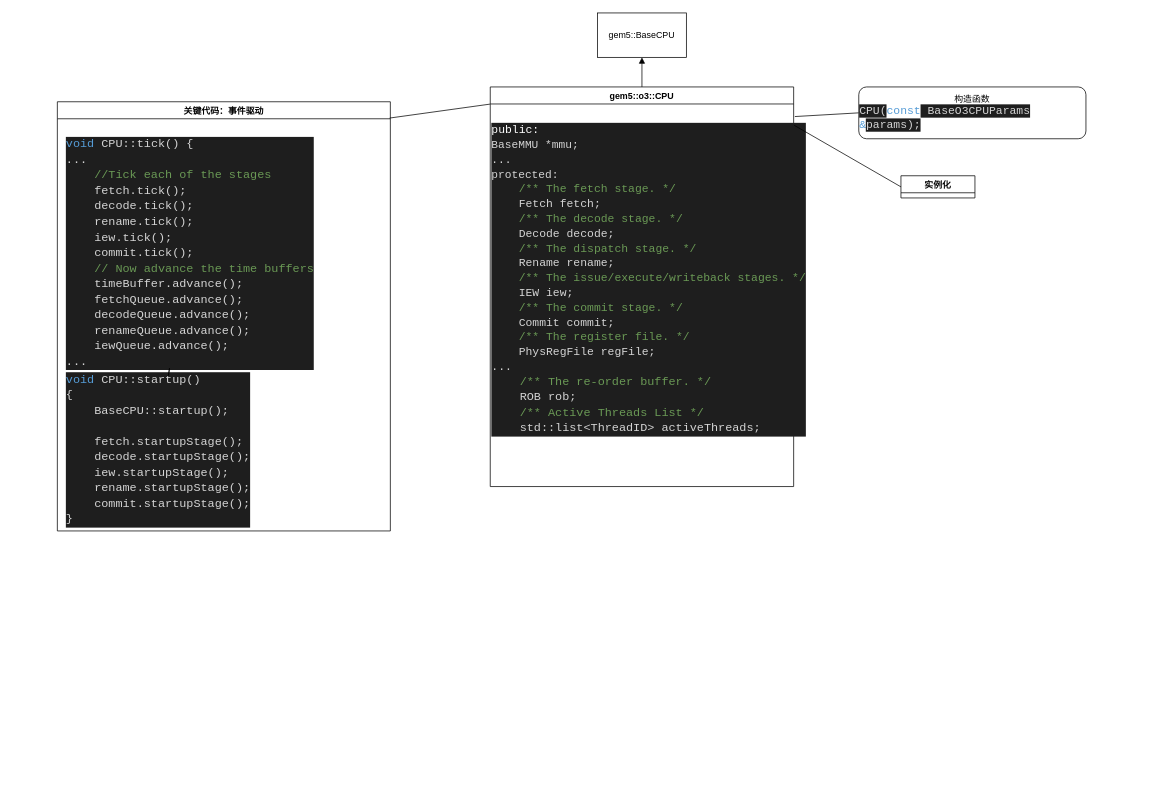
matchchen/gem5 keeps this draw.io diagram as page "O3CPU" (2 of 4) of learningNote/note.drawio. Above is the earlier version. Source tidied: cells renumbered, new cells numbered last; positions are measured from the earlier drawing's top-left corner, leaving out a move shared by most shapes. Both pictures are drawn from the tidied source at 74%, with x=0, y=0 at pixel (57, 13).
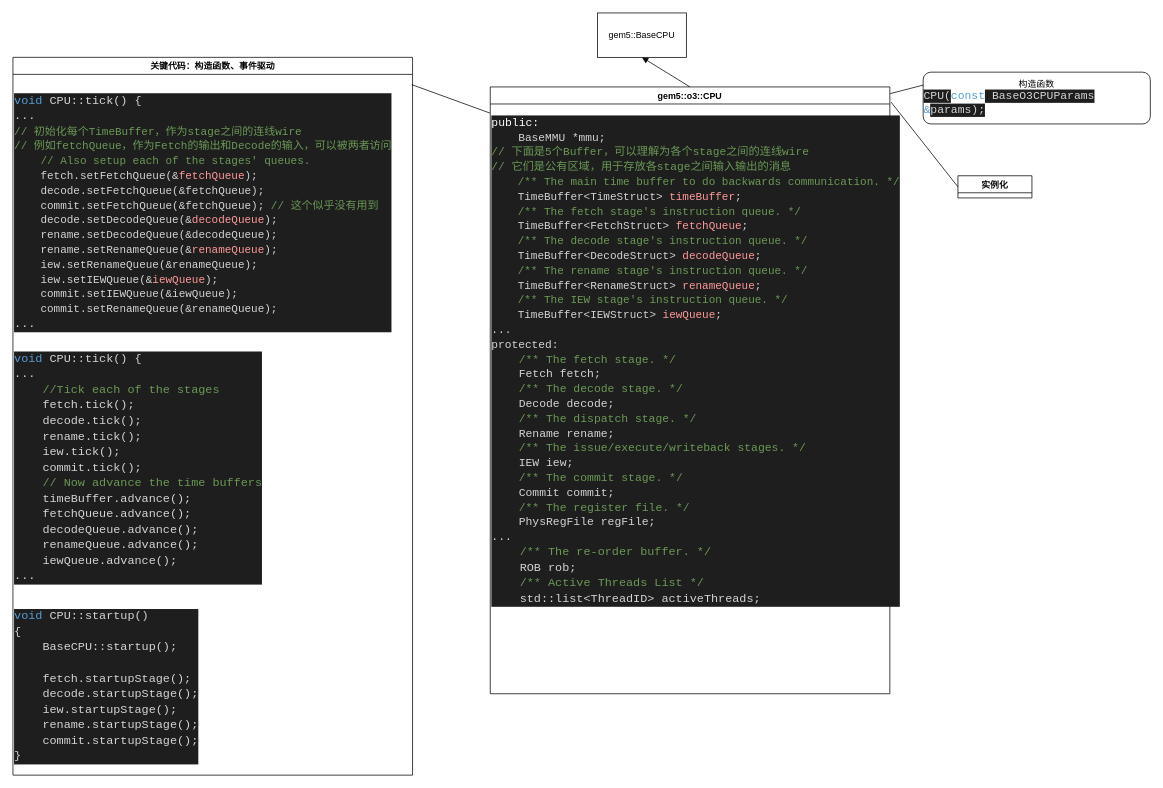
After the change.

The edit, as a diff of the source:
```diff
@@
 <mxGraphModel>
   <root>
     <mxCell id="0" />
     <mxCell id="1" parent="0" />
     <mxCell id="2" style="edgeStyle=none;html=1;exitX=0.5;exitY=0;exitDx=0;exitDy=0;entryX=0.5;entryY=1;entryDx=0;entryDy=0;endArrow=block;endFill=1;" parent="1" edge="1" source="6" target="4">
       <mxGeometry relative="1" as="geometry" />
     </mxCell>
-    <mxCell id="3" style="edgeStyle=none;html=1;entryX=0;entryY=0.5;entryDx=0;entryDy=0;startArrow=none;startFill=0;endArrow=none;endFill=0;exitX=1.004;exitY=0;exitDx=0;exitDy=0;exitPerimeter=0;" parent="1" edge="1" source="7" target="5">
-      <mxGeometry relative="1" as="geometry" />
+    <mxCell id="3" style="edgeStyle=none;html=1;entryX=0;entryY=0.5;entryDx=0;entryDy=0;startArrow=none;startFill=0;endArrow=none;endFill=0;exitX=1.004;exitY=0;exitDx=0;exitDy=0;exitPerimeter=0;" parent="1" edge="1" target="5">
+      <mxGeometry relative="1" as="geometry">
+        <mxPoint x="1194.1" y="150" as="sourcePoint" />
+      </mxGeometry>
     </mxCell>
     <mxCell id="4" value="gem5::BaseCPU" style="rounded=0;whiteSpace=wrap;html=1;" parent="1" vertex="1">
       <mxGeometry x="730" width="120" height="60" as="geometry" />
     </mxCell>
     <mxCell id="5" value="构造函数&lt;br&gt;&lt;div style=&quot;text-align: left;&quot;&gt;&lt;span style=&quot;background-color: rgb(30, 30, 30); color: rgb(212, 212, 212); font-family: Consolas, &amp;quot;Courier New&amp;quot;, monospace; font-size: 15.4px;&quot;&gt;CPU(&lt;/span&gt;&lt;span style=&quot;background-color: initial; font-family: Consolas, &amp;quot;Courier New&amp;quot;, monospace; font-size: 15.4px; color: rgb(86, 156, 214);&quot;&gt;const&lt;/span&gt;&lt;span style=&quot;background-color: rgb(30, 30, 30); color: rgb(212, 212, 212); font-family: Consolas, &amp;quot;Courier New&amp;quot;, monospace; font-size: 15.4px;&quot;&gt; BaseO3CPUParams &lt;/span&gt;&lt;span style=&quot;background-color: initial; font-family: Consolas, &amp;quot;Courier New&amp;quot;, monospace; font-size: 15.4px; color: rgb(86, 156, 214);&quot;&gt;&amp;amp;&lt;/span&gt;&lt;span style=&quot;background-color: rgb(30, 30, 30); color: rgb(212, 212, 212); font-family: Consolas, &amp;quot;Courier New&amp;quot;, monospace; font-size: 15.4px;&quot;&gt;params);&lt;/span&gt;&lt;/div&gt;" style="rounded=1;whiteSpace=wrap;html=1;" parent="1" vertex="1">
-      <mxGeometry x="1083" y="100" width="307" height="70" as="geometry" />
+      <mxGeometry x="1170" y="80" width="307" height="70" as="geometry" />
     </mxCell>
     <mxCell id="6" value="gem5::o3::CPU" style="swimlane;startSize=23;" parent="1" vertex="1">
-      <mxGeometry x="585" y="100" width="410" height="540" as="geometry" />
+      <mxGeometry x="585" y="100" width="540" height="820" as="geometry" />
     </mxCell>
-    <mxCell id="7" value="&lt;div style=&quot;background-color: rgb(30, 30, 30); font-family: Consolas, &amp;quot;Courier New&amp;quot;, monospace; font-size: 15.4px; line-height: 20px;&quot;&gt;&lt;div style=&quot;&quot;&gt;&lt;span style=&quot;color: rgb(255, 255, 255);&quot;&gt;public:&lt;/span&gt;&lt;br&gt;&lt;/div&gt;&lt;div style=&quot;&quot;&gt;&lt;div style=&quot;color: rgb(212, 212, 212); font-size: 15.12px; line-height: 20px;&quot;&gt;BaseMMU *mmu;&lt;/div&gt;&lt;div style=&quot;color: rgb(212, 212, 212); font-size: 15.12px; line-height: 20px;&quot;&gt;...&lt;/div&gt;&lt;div style=&quot;color: rgb(212, 212, 212); font-size: 15.12px; line-height: 20px;&quot;&gt;protected:&lt;/div&gt;&lt;/div&gt;&lt;div style=&quot;color: rgb(212, 212, 212);&quot;&gt;&lt;span style=&quot;color: #6a9955;&quot;&gt;&amp;nbsp; &amp;nbsp; /** The fetch stage. */&lt;/span&gt;&lt;/div&gt;&lt;div style=&quot;color: rgb(212, 212, 212);&quot;&gt;&amp;nbsp; &amp;nbsp; Fetch fetch;&lt;/div&gt;&lt;div style=&quot;color: rgb(212, 212, 212);&quot;&gt;&lt;span style=&quot;color: #6a9955;&quot;&gt;&amp;nbsp; &amp;nbsp; /** The decode stage. */&lt;/span&gt;&lt;/div&gt;&lt;div style=&quot;color: rgb(212, 212, 212);&quot;&gt;&amp;nbsp; &amp;nbsp; Decode decode;&lt;/div&gt;&lt;div style=&quot;color: rgb(212, 212, 212);&quot;&gt;&lt;span style=&quot;color: #6a9955;&quot;&gt;&amp;nbsp; &amp;nbsp; /** The dispatch stage. */&lt;/span&gt;&lt;/div&gt;&lt;div style=&quot;color: rgb(212, 212, 212);&quot;&gt;&amp;nbsp; &amp;nbsp; Rename rename;&lt;/div&gt;&lt;div style=&quot;color: rgb(212, 212, 212);&quot;&gt;&lt;span style=&quot;color: #6a9955;&quot;&gt;&amp;nbsp; &amp;nbsp; /** The issue/execute/writeback stages. */&lt;/span&gt;&lt;/div&gt;&lt;div style=&quot;color: rgb(212, 212, 212);&quot;&gt;&amp;nbsp; &amp;nbsp; IEW iew;&lt;/div&gt;&lt;div style=&quot;color: rgb(212, 212, 212);&quot;&gt;&lt;span style=&quot;color: #6a9955;&quot;&gt;&amp;nbsp; &amp;nbsp; /** The commit stage. */&lt;/span&gt;&lt;/div&gt;&lt;div style=&quot;color: rgb(212, 212, 212);&quot;&gt;&amp;nbsp; &amp;nbsp; Commit commit;&lt;/div&gt;&lt;div style=&quot;color: rgb(212, 212, 212);&quot;&gt;&lt;span style=&quot;color: #6a9955;&quot;&gt;&amp;nbsp; &amp;nbsp; /** The register file. */&lt;/span&gt;&lt;/div&gt;&lt;div style=&quot;color: rgb(212, 212, 212);&quot;&gt;&amp;nbsp; &amp;nbsp; PhysRegFile regFile;&lt;/div&gt;&lt;div style=&quot;color: rgb(212, 212, 212);&quot;&gt;...&lt;/div&gt;&lt;div style=&quot;color: rgb(212, 212, 212);&quot;&gt;&lt;div style=&quot;font-size: 15.96px; line-height: 21px;&quot;&gt;&lt;div&gt;&lt;span style=&quot;color: #6a9955;&quot;&gt;&amp;nbsp; &amp;nbsp; /** The re-order buffer. */&lt;/span&gt;&lt;/div&gt;&lt;div&gt;&amp;nbsp; &amp;nbsp; ROB rob;&lt;/div&gt;&lt;div&gt;&lt;span style=&quot;color: #6a9955;&quot;&gt;&amp;nbsp; &amp;nbsp; /** Active Threads List */&lt;/span&gt;&lt;/div&gt;&lt;div&gt;&amp;nbsp; &amp;nbsp; std::list&amp;lt;ThreadID&amp;gt; activeThreads;&lt;/div&gt;&lt;/div&gt;&lt;/div&gt;&lt;/div&gt;" style="text;html=1;align=left;verticalAlign=middle;points=[];strokeColor=none;fillColor=none;" parent="6" vertex="1">
-      <mxGeometry y="40" width="410" height="440" as="geometry" />
+    <mxCell id="7" value="&lt;div style=&quot;background-color: rgb(30, 30, 30); font-family: Consolas, &amp;quot;Courier New&amp;quot;, monospace; font-size: 15.4px; line-height: 20px;&quot;&gt;&lt;div style=&quot;&quot;&gt;&lt;span style=&quot;color: rgb(255, 255, 255);&quot;&gt;public:&lt;/span&gt;&lt;br&gt;&lt;/div&gt;&lt;div style=&quot;&quot;&gt;&lt;div style=&quot;color: rgb(212, 212, 212); font-size: 15.12px; line-height: 20px;&quot;&gt;&amp;nbsp; &amp;nbsp; BaseMMU *mmu;&lt;/div&gt;&lt;div style=&quot;font-size: 15.12px; line-height: 20px;&quot;&gt;&lt;font color=&quot;#6a9955&quot;&gt;// 下面是5个Buffer，可以理解为各个stage之间的连线wire&lt;/font&gt;&lt;/div&gt;&lt;div style=&quot;font-size: 15.12px; line-height: 20px;&quot;&gt;&lt;font color=&quot;#6a9955&quot;&gt;// 它们是公有区域，用于&lt;/font&gt;&lt;span style=&quot;color: rgb(106, 153, 85);&quot;&gt;存放各stage之间输入输出的消息&lt;/span&gt;&lt;/div&gt;&lt;div style=&quot;font-size: 15.12px; line-height: 20px;&quot;&gt;&lt;div style=&quot;font-size: 14.84px; line-height: 20px;&quot;&gt;&lt;div style=&quot;color: rgb(212, 212, 212);&quot;&gt;&lt;span style=&quot;color: #6a9955;&quot;&gt;&amp;nbsp; &amp;nbsp; /** The main time buffer to do backwards communication. */&lt;/span&gt;&lt;/div&gt;&lt;div style=&quot;&quot;&gt;&lt;font color=&quot;#d4d4d4&quot;&gt;&amp;nbsp; &amp;nbsp; TimeBuffer&amp;lt;TimeStruct&amp;gt; &lt;/font&gt;&lt;font color=&quot;#ff9999&quot;&gt;timeBuffer&lt;/font&gt;&lt;font color=&quot;#d4d4d4&quot;&gt;;&lt;/font&gt;&lt;/div&gt;&lt;div style=&quot;color: rgb(212, 212, 212);&quot;&gt;&lt;span style=&quot;color: #6a9955;&quot;&gt;&amp;nbsp; &amp;nbsp; /** The fetch stage's instruction queue. */&lt;/span&gt;&lt;/div&gt;&lt;div style=&quot;&quot;&gt;&lt;span style=&quot;color: rgb(212, 212, 212);&quot;&gt;&amp;nbsp; &amp;nbsp; TimeBuffer&amp;lt;FetchStruct&amp;gt; &lt;/span&gt;&lt;font color=&quot;#ff9999&quot;&gt;fetchQueue&lt;/font&gt;&lt;font color=&quot;#d4d4d4&quot;&gt;;&lt;/font&gt;&lt;/div&gt;&lt;div style=&quot;color: rgb(212, 212, 212);&quot;&gt;&lt;span style=&quot;color: #6a9955;&quot;&gt;&amp;nbsp; &amp;nbsp; /** The decode stage's instruction queue. */&lt;/span&gt;&lt;/div&gt;&lt;div style=&quot;&quot;&gt;&lt;span style=&quot;color: rgb(212, 212, 212);&quot;&gt;&amp;nbsp; &amp;nbsp; TimeBuffer&amp;lt;DecodeStruct&amp;gt; &lt;/span&gt;&lt;font color=&quot;#ff9999&quot;&gt;decodeQueue&lt;/font&gt;&lt;font color=&quot;#d4d4d4&quot;&gt;;&lt;/font&gt;&lt;/div&gt;&lt;div style=&quot;color: rgb(212, 212, 212);&quot;&gt;&lt;span style=&quot;color: #6a9955;&quot;&gt;&amp;nbsp; &amp;nbsp; /** The rename stage's instruction queue. */&lt;/span&gt;&lt;/div&gt;&lt;div style=&quot;&quot;&gt;&lt;span style=&quot;color: rgb(212, 212, 212);&quot;&gt;&amp;nbsp; &amp;nbsp; TimeBuffer&amp;lt;RenameStruct&amp;gt; &lt;/span&gt;&lt;font color=&quot;#ff9999&quot;&gt;renameQueue&lt;/font&gt;&lt;font color=&quot;#d4d4d4&quot;&gt;;&lt;/font&gt;&lt;/div&gt;&lt;div style=&quot;color: rgb(212, 212, 212);&quot;&gt;&lt;span style=&quot;color: #6a9955;&quot;&gt;&amp;nbsp; &amp;nbsp; /** The IEW stage's instruction queue. */&lt;/span&gt;&lt;/div&gt;&lt;div style=&quot;&quot;&gt;&lt;span style=&quot;color: rgb(212, 212, 212);&quot;&gt;&amp;nbsp; &amp;nbsp; TimeBuffer&amp;lt;IEWStruct&amp;gt; &lt;/span&gt;&lt;font color=&quot;#ff9999&quot;&gt;iewQueue&lt;/font&gt;&lt;font color=&quot;#d4d4d4&quot;&gt;;&lt;/font&gt;&lt;/div&gt;&lt;/div&gt;&lt;/div&gt;&lt;div style=&quot;color: rgb(212, 212, 212); font-size: 15.12px; line-height: 20px;&quot;&gt;...&lt;/div&gt;&lt;div style=&quot;color: rgb(212, 212, 212); font-size: 15.12px; line-height: 20px;&quot;&gt;protected:&lt;/div&gt;&lt;/div&gt;&lt;div style=&quot;color: rgb(212, 212, 212);&quot;&gt;&lt;span style=&quot;color: #6a9955;&quot;&gt;&amp;nbsp; &amp;nbsp; /** The fetch stage. */&lt;/span&gt;&lt;/div&gt;&lt;div style=&quot;color: rgb(212, 212, 212);&quot;&gt;&amp;nbsp; &amp;nbsp; Fetch fetch;&lt;/div&gt;&lt;div style=&quot;color: rgb(212, 212, 212);&quot;&gt;&lt;span style=&quot;color: #6a9955;&quot;&gt;&amp;nbsp; &amp;nbsp; /** The decode stage. */&lt;/span&gt;&lt;/div&gt;&lt;div style=&quot;color: rgb(212, 212, 212);&quot;&gt;&amp;nbsp; &amp;nbsp; Decode decode;&lt;/div&gt;&lt;div style=&quot;color: rgb(212, 212, 212);&quot;&gt;&lt;span style=&quot;color: #6a9955;&quot;&gt;&amp;nbsp; &amp;nbsp; /** The dispatch stage. */&lt;/span&gt;&lt;/div&gt;&lt;div style=&quot;color: rgb(212, 212, 212);&quot;&gt;&amp;nbsp; &amp;nbsp; Rename rename;&lt;/div&gt;&lt;div style=&quot;color: rgb(212, 212, 212);&quot;&gt;&lt;span style=&quot;color: #6a9955;&quot;&gt;&amp;nbsp; &amp;nbsp; /** The issue/execute/writeback stages. */&lt;/span&gt;&lt;/div&gt;&lt;div style=&quot;color: rgb(212, 212, 212);&quot;&gt;&amp;nbsp; &amp;nbsp; IEW iew;&lt;/div&gt;&lt;div style=&quot;color: rgb(212, 212, 212);&quot;&gt;&lt;span style=&quot;color: #6a9955;&quot;&gt;&amp;nbsp; &amp;nbsp; /** The commit stage. */&lt;/span&gt;&lt;/div&gt;&lt;div style=&quot;color: rgb(212, 212, 212);&quot;&gt;&amp;nbsp; &amp;nbsp; Commit commit;&lt;/div&gt;&lt;div style=&quot;color: rgb(212, 212, 212);&quot;&gt;&lt;span style=&quot;color: #6a9955;&quot;&gt;&amp;nbsp; &amp;nbsp; /** The register file. */&lt;/span&gt;&lt;/div&gt;&lt;div style=&quot;color: rgb(212, 212, 212);&quot;&gt;&amp;nbsp; &amp;nbsp; PhysRegFile regFile;&lt;/div&gt;&lt;div style=&quot;color: rgb(212, 212, 212);&quot;&gt;...&lt;/div&gt;&lt;div style=&quot;color: rgb(212, 212, 212);&quot;&gt;&lt;div style=&quot;font-size: 15.96px; line-height: 21px;&quot;&gt;&lt;div&gt;&lt;span style=&quot;color: #6a9955;&quot;&gt;&amp;nbsp; &amp;nbsp; /** The re-order buffer. */&lt;/span&gt;&lt;/div&gt;&lt;div&gt;&amp;nbsp; &amp;nbsp; ROB rob;&lt;/div&gt;&lt;div&gt;&lt;span style=&quot;color: #6a9955;&quot;&gt;&amp;nbsp; &amp;nbsp; /** Active Threads List */&lt;/span&gt;&lt;/div&gt;&lt;div&gt;&amp;nbsp; &amp;nbsp; std::list&amp;lt;ThreadID&amp;gt; activeThreads;&lt;/div&gt;&lt;/div&gt;&lt;/div&gt;&lt;/div&gt;" style="text;html=1;align=left;verticalAlign=middle;points=[];strokeColor=none;fillColor=none;" parent="6" vertex="1">
+      <mxGeometry y="30" width="530" height="680" as="geometry" />
     </mxCell>
     <mxCell id="8" value="实例化" style="swimlane;startSize=23;" parent="1" vertex="1" collapsed="1">
-      <mxGeometry x="1140" y="220" width="100" height="30" as="geometry" />
+      <mxGeometry x="1217" y="220" width="100" height="30" as="geometry" />
     </mxCell>
-    <mxCell id="9" style="endArrow=none;html=1;entryX=0;entryY=0.5;entryDx=0;entryDy=0;exitX=1.002;exitY=0.027;exitDx=0;exitDy=0;exitPerimeter=0;" parent="1" edge="1" source="7" target="8">
+    <mxCell id="9" style="endArrow=none;html=1;entryX=0;entryY=0.5;entryDx=0;entryDy=0;exitX=1.003;exitY=0.025;exitDx=0;exitDy=0;exitPerimeter=0;" parent="1" edge="1" source="6" target="8">
       <mxGeometry relative="1" as="geometry" />
     </mxCell>
-    <mxCell id="10" value="关键代码：事件驱动" style="swimlane;startSize=23;" parent="1" vertex="1">
-      <mxGeometry y="120" width="450" height="580" as="geometry" />
+    <mxCell id="10" value="关键代码：构造函数、事件驱动" style="swimlane;startSize=23;" parent="1" vertex="1">
+      <mxGeometry x="-60" y="60" width="540" height="970" as="geometry" />
     </mxCell>
     <mxCell id="11" value="&lt;div style=&quot;background-color: rgb(30, 30, 30); line-height: 20px;&quot;&gt;&lt;div style=&quot;background-color: rgb(42, 37, 47);&quot;&gt;&lt;div style=&quot;background-color: rgb(30, 30, 30); line-height: 20px;&quot;&gt;&lt;div style=&quot;color: rgb(212, 212, 212); font-size: 15.4px;&quot;&gt;&lt;div style=&quot;font-family: Consolas, &amp;quot;Courier New&amp;quot;, monospace; font-size: 15.96px; line-height: 21px;&quot;&gt;&lt;div&gt;&lt;span style=&quot;color: #569cd6;&quot;&gt;void&amp;nbsp;&lt;/span&gt;CPU::tick() {&lt;/div&gt;&lt;div&gt;...&lt;br&gt;&lt;div style=&quot;font-size: 15.96px; line-height: 21px;&quot;&gt;&lt;div&gt;&lt;span style=&quot;color: #6a9955;&quot;&gt;&amp;nbsp; &amp;nbsp; //Tick each of the stages&lt;/span&gt;&lt;/div&gt;&lt;div&gt;&amp;nbsp; &amp;nbsp; fetch.tick();&lt;/div&gt;&lt;div&gt;&amp;nbsp; &amp;nbsp; decode.tick();&lt;/div&gt;&lt;div&gt;&amp;nbsp; &amp;nbsp; rename.tick();&lt;/div&gt;&lt;div&gt;&amp;nbsp; &amp;nbsp; iew.tick();&lt;/div&gt;&lt;div&gt;&amp;nbsp; &amp;nbsp; commit.tick();&lt;/div&gt;&lt;div&gt;&lt;span style=&quot;color: #6a9955;&quot;&gt;&amp;nbsp; &amp;nbsp; // Now advance the time buffers&lt;/span&gt;&lt;/div&gt;&lt;div&gt;&amp;nbsp; &amp;nbsp; timeBuffer.advance();&lt;/div&gt;&lt;div&gt;&amp;nbsp; &amp;nbsp; fetchQueue.advance();&lt;/div&gt;&lt;div&gt;&amp;nbsp; &amp;nbsp; decodeQueue.advance();&lt;/div&gt;&lt;div&gt;&amp;nbsp; &amp;nbsp; renameQueue.advance();&lt;/div&gt;&lt;div&gt;&amp;nbsp; &amp;nbsp; iewQueue.advance();&lt;/div&gt;&lt;/div&gt;&lt;/div&gt;&lt;div&gt;...&lt;/div&gt;&lt;/div&gt;&lt;/div&gt;&lt;/div&gt;&lt;/div&gt;&lt;/div&gt;" style="text;html=1;align=left;verticalAlign=middle;points=[];strokeColor=none;fillColor=none;" parent="10" vertex="1">
-      <mxGeometry x="10" y="40" width="330" height="330" as="geometry" />
+      <mxGeometry y="390" width="330" height="330" as="geometry" />
     </mxCell>
     <mxCell id="12" value="&lt;div style=&quot;background-color: rgb(30, 30, 30); line-height: 20px;&quot;&gt;&lt;div style=&quot;background-color: rgb(42, 37, 47);&quot;&gt;&lt;div style=&quot;background-color: rgb(30, 30, 30); line-height: 20px;&quot;&gt;&lt;div style=&quot;color: rgb(212, 212, 212); font-size: 15.4px;&quot;&gt;&lt;div style=&quot;font-family: Consolas, &amp;quot;Courier New&amp;quot;, monospace; font-size: 15.96px; line-height: 21px;&quot;&gt;&lt;div&gt;&lt;div style=&quot;font-size: 15.96px; line-height: 21px;&quot;&gt;&lt;div&gt;&lt;span style=&quot;color: #569cd6;&quot;&gt;void&amp;nbsp;&lt;/span&gt;CPU::startup()&lt;/div&gt;&lt;div&gt;{&lt;/div&gt;&lt;div&gt;&amp;nbsp; &amp;nbsp; BaseCPU::startup();&lt;/div&gt;&lt;br&gt;&lt;div&gt;&amp;nbsp; &amp;nbsp; fetch.startupStage();&lt;/div&gt;&lt;div&gt;&amp;nbsp; &amp;nbsp; decode.startupStage();&lt;/div&gt;&lt;div&gt;&amp;nbsp; &amp;nbsp; iew.startupStage();&lt;/div&gt;&lt;div&gt;&amp;nbsp; &amp;nbsp; rename.startupStage();&lt;/div&gt;&lt;div&gt;&amp;nbsp; &amp;nbsp; commit.startupStage();&lt;/div&gt;&lt;div&gt;}&lt;/div&gt;&lt;/div&gt;&lt;/div&gt;&lt;/div&gt;&lt;/div&gt;&lt;/div&gt;&lt;/div&gt;&lt;/div&gt;" style="text;html=1;align=left;verticalAlign=middle;points=[];strokeColor=none;fillColor=none;" parent="10" vertex="1">
-      <mxGeometry x="10" y="360" width="250" height="220" as="geometry" />
+      <mxGeometry y="740" width="250" height="220" as="geometry" />
     </mxCell>
-    <mxCell id="13" style="edgeStyle=none;html=1;fontColor=#FFFFFF;endArrow=none;endFill=0;" parent="10" edge="1" source="11" target="12">
-      <mxGeometry relative="1" as="geometry" />
-    </mxCell>
-    <mxCell id="14" style="edgeStyle=none;html=1;fontColor=#FFFFFF;endArrow=none;endFill=0;" parent="10" edge="1" source="11" target="12">
-      <mxGeometry relative="1" as="geometry" />
-    </mxCell>
+    <mxCell id="16" value="&lt;div style=&quot;background-color: rgb(30, 30, 30); line-height: 20px;&quot;&gt;&lt;div style=&quot;background-color: rgb(42, 37, 47);&quot;&gt;&lt;div style=&quot;background-color: rgb(30, 30, 30); line-height: 20px;&quot;&gt;&lt;div style=&quot;font-size: 15.4px;&quot;&gt;&lt;div style=&quot;font-family: Consolas, &amp;quot;Courier New&amp;quot;, monospace; font-size: 15.96px; line-height: 21px;&quot;&gt;&lt;div style=&quot;color: rgb(212, 212, 212);&quot;&gt;&lt;span style=&quot;color: #569cd6;&quot;&gt;void&amp;nbsp;&lt;/span&gt;CPU::tick() {&lt;/div&gt;&lt;div style=&quot;&quot;&gt;&lt;font color=&quot;#d4d4d4&quot;&gt;...&lt;/font&gt;&lt;br&gt;&lt;div style=&quot;font-size: 15.96px; line-height: 21px;&quot;&gt;&lt;div style=&quot;font-size: 14.84px; line-height: 20px;&quot;&gt;&lt;font color=&quot;#6a9955&quot;&gt;// 初始化每个TimeBuffer，作为stage之间的连线wire&lt;/font&gt;&lt;/div&gt;&lt;div style=&quot;font-size: 14.84px; line-height: 20px;&quot;&gt;&lt;font color=&quot;#6a9955&quot;&gt;// 例如fetchQueue，作为Fetch的输出和Decode的输入，可以被两者访问&lt;br&gt;&lt;/font&gt;&lt;div style=&quot;color: rgb(212, 212, 212);&quot;&gt;&lt;span style=&quot;color: #6a9955;&quot;&gt;&amp;nbsp; &amp;nbsp; // Also setup each of the stages' queues.&lt;/span&gt;&lt;/div&gt;&lt;div style=&quot;&quot;&gt;&lt;span style=&quot;color: rgb(212, 212, 212);&quot;&gt;&amp;nbsp; &amp;nbsp; fetch.setFetchQueue(&amp;amp;&lt;/span&gt;&lt;font color=&quot;#ff9999&quot;&gt;fetchQueue&lt;/font&gt;&lt;font color=&quot;#d4d4d4&quot;&gt;);&lt;/font&gt;&lt;/div&gt;&lt;div style=&quot;color: rgb(212, 212, 212);&quot;&gt;&amp;nbsp; &amp;nbsp; decode.setFetchQueue(&amp;amp;fetchQueue);&lt;/div&gt;&lt;div style=&quot;&quot;&gt;&lt;font color=&quot;#d4d4d4&quot;&gt;&amp;nbsp; &amp;nbsp; commit.setFetchQueue(&amp;amp;fetchQueue); &lt;/font&gt;&lt;font color=&quot;#6a9955&quot;&gt;// 这个似乎没有用到&lt;/font&gt;&lt;/div&gt;&lt;div style=&quot;&quot;&gt;&lt;span style=&quot;color: rgb(212, 212, 212);&quot;&gt;&amp;nbsp; &amp;nbsp; decode.setDecodeQueue(&amp;amp;&lt;/span&gt;&lt;font color=&quot;#ff9999&quot;&gt;decodeQueue&lt;/font&gt;&lt;font color=&quot;#d4d4d4&quot;&gt;);&lt;/font&gt;&lt;/div&gt;&lt;div style=&quot;color: rgb(212, 212, 212);&quot;&gt;&amp;nbsp; &amp;nbsp; rename.setDecodeQueue(&amp;amp;decodeQueue);&lt;/div&gt;&lt;div style=&quot;&quot;&gt;&lt;span style=&quot;color: rgb(212, 212, 212);&quot;&gt;&amp;nbsp; &amp;nbsp; rename.setRenameQueue(&amp;amp;&lt;/span&gt;&lt;font color=&quot;#ff9999&quot;&gt;renameQueue&lt;/font&gt;&lt;font color=&quot;#d4d4d4&quot;&gt;);&lt;/font&gt;&lt;/div&gt;&lt;div style=&quot;color: rgb(212, 212, 212);&quot;&gt;&amp;nbsp; &amp;nbsp; iew.setRenameQueue(&amp;amp;renameQueue);&lt;/div&gt;&lt;div style=&quot;&quot;&gt;&lt;span style=&quot;color: rgb(212, 212, 212);&quot;&gt;&amp;nbsp; &amp;nbsp; iew.setIEWQueue(&amp;amp;&lt;/span&gt;&lt;font color=&quot;#ff9999&quot;&gt;iewQueue&lt;/font&gt;&lt;font color=&quot;#d4d4d4&quot;&gt;);&lt;/font&gt;&lt;/div&gt;&lt;div style=&quot;color: rgb(212, 212, 212);&quot;&gt;&amp;nbsp; &amp;nbsp; commit.setIEWQueue(&amp;amp;iewQueue);&lt;/div&gt;&lt;div style=&quot;color: rgb(212, 212, 212);&quot;&gt;&amp;nbsp; &amp;nbsp; commit.setRenameQueue(&amp;amp;renameQueue);&lt;/div&gt;&lt;/div&gt;&lt;/div&gt;&lt;/div&gt;&lt;div style=&quot;color: rgb(212, 212, 212);&quot;&gt;...&lt;/div&gt;&lt;/div&gt;&lt;/div&gt;&lt;/div&gt;&lt;/div&gt;&lt;/div&gt;" style="text;html=1;align=left;verticalAlign=middle;strokeColor=none;fillColor=none;" parent="10" vertex="1">
+      <mxGeometry y="40" width="520" height="340" as="geometry" />
+    </mxCell>
     <mxCell id="15" style="edgeStyle=none;html=1;exitX=0.998;exitY=0.038;exitDx=0;exitDy=0;entryX=-0.001;entryY=0.043;entryDx=0;entryDy=0;entryPerimeter=0;fontColor=#FFFFFF;endArrow=none;endFill=0;exitPerimeter=0;" parent="1" edge="1" source="10" target="6">
       <mxGeometry relative="1" as="geometry" />
     </mxCell>
+    <mxCell id="17" style="endArrow=none;html=1;entryX=0;entryY=0.25;entryDx=0;entryDy=0;exitX=1.001;exitY=0.011;exitDx=0;exitDy=0;exitPerimeter=0;" parent="1" edge="1" source="6" target="5">
+      <mxGeometry relative="1" as="geometry" />
+    </mxCell>
   </root>
 </mxGraphModel>
```
